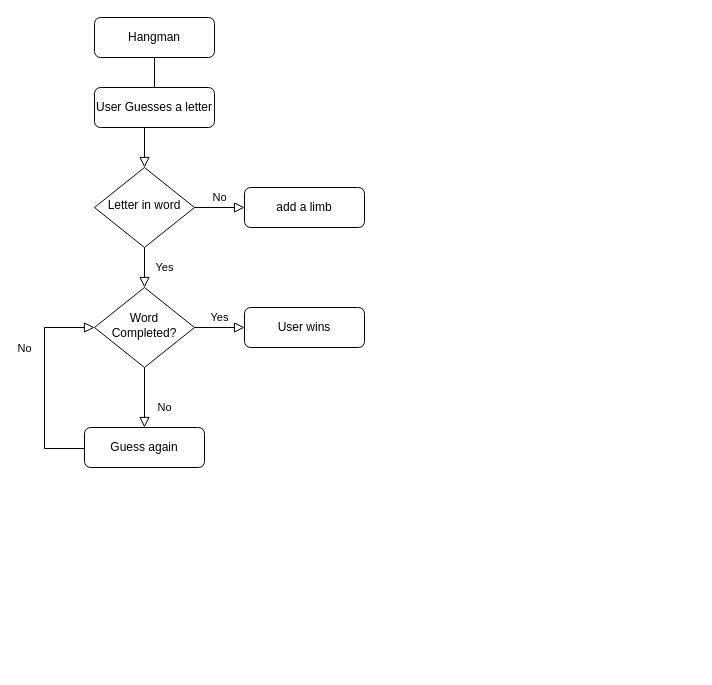
Above: Hangman Logic.drawio in SelfHostedToast/Python (draw.io), before the change. Source tidied: cells renumbered, new cells numbered last; positions are measured from the earlier drawing's top-left corner, leaving out a move shared by most shapes. Both pictures are drawn from the tidied source at 100%, with x=0, y=0 at pixel (44, 17).
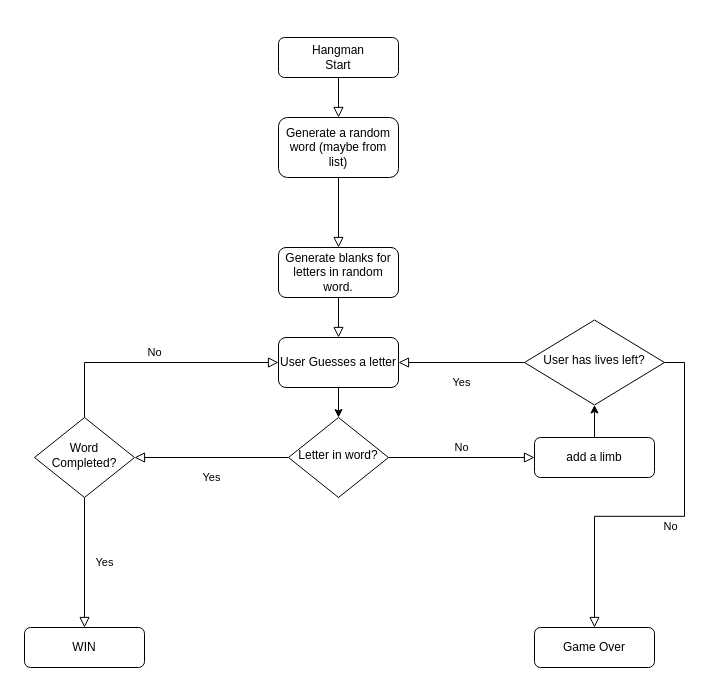
After the change.

Diff of the diagram source:
```diff
@@
-    <mxCell id="2" style="rounded=0;html=1;jettySize=auto;fontSize=11;endArrow=block;endFill=0;endSize=8;strokeWidth=1;shadow=0;labelBackgroundColor=none;edgeStyle=orthogonalEdgeStyle;" parent="1" edge="1" source="3" target="6">
+    <mxCell id="2" style="rounded=0;html=1;jettySize=auto;fontSize=11;endArrow=block;endFill=0;endSize=8;strokeWidth=1;shadow=0;labelBackgroundColor=none;edgeStyle=orthogonalEdgeStyle;entryX=0.5;entryY=0;entryDx=0;entryDy=0;" parent="1" edge="1" source="3" target="13">
       <mxGeometry relative="1" as="geometry" />
     </mxCell>
-    <mxCell id="3" value="Hangman" style="rounded=1;whiteSpace=wrap;html=1;fontSize=12;glass=0;strokeWidth=1;shadow=0;" parent="1" vertex="1">
-      <mxGeometry x="50" width="120" height="40" as="geometry" />
+    <mxCell id="3" value="Hangman&lt;br&gt;Start" style="rounded=1;whiteSpace=wrap;html=1;fontSize=12;glass=0;strokeWidth=1;shadow=0;" parent="1" vertex="1">
+      <mxGeometry x="234" y="20" width="120" height="40" as="geometry" />
     </mxCell>
@@
-    <mxCell id="6" value="Letter in word" style="rhombus;whiteSpace=wrap;html=1;shadow=0;fontFamily=Helvetica;fontSize=12;align=center;strokeWidth=1;spacing=6;spacingTop=-4;" parent="1" vertex="1">
-      <mxGeometry x="50" y="150" width="100" height="80" as="geometry" />
+    <mxCell id="6" value="Letter in word?" style="rhombus;whiteSpace=wrap;html=1;shadow=0;fontFamily=Helvetica;fontSize=12;align=center;strokeWidth=1;spacing=6;spacingTop=-4;" parent="1" vertex="1">
+      <mxGeometry x="244" y="400" width="100" height="80" as="geometry" />
     </mxCell>
+    <mxCell id="15" style="edgeStyle=orthogonalEdgeStyle;rounded=0;jettySize=auto;html=1;entryX=0.5;entryY=1;entryDx=0;entryDy=0;" parent="1" edge="1" source="7" target="23">
+      <mxGeometry relative="1" as="geometry" />
+    </mxCell>
     <mxCell id="7" value="add a limb" style="rounded=1;whiteSpace=wrap;html=1;fontSize=12;glass=0;strokeWidth=1;shadow=0;" parent="1" vertex="1">
-      <mxGeometry x="200" y="170" width="120" height="40" as="geometry" />
+      <mxGeometry x="490" y="420" width="120" height="40" as="geometry" />
     </mxCell>
-    <mxCell id="8" value="No" style="rounded=0;html=1;jettySize=auto;fontSize=11;endArrow=block;endFill=0;endSize=8;strokeWidth=1;shadow=0;labelBackgroundColor=none;edgeStyle=orthogonalEdgeStyle;" parent="1" edge="1" source="10" target="11">
-      <mxGeometry x="0.33" y="20" relative="1" as="geometry" />
-    </mxCell>
-    <mxCell id="9" value="Yes" style="edgeStyle=orthogonalEdgeStyle;rounded=0;html=1;jettySize=auto;fontSize=11;endArrow=block;endFill=0;endSize=8;strokeWidth=1;shadow=0;labelBackgroundColor=none;" parent="1" edge="1" source="10" target="12">
-      <mxGeometry y="10" relative="1" as="geometry" />
-    </mxCell>
     <mxCell id="10" value="Word Completed?" style="rhombus;whiteSpace=wrap;html=1;shadow=0;fontFamily=Helvetica;fontSize=12;align=center;strokeWidth=1;spacing=6;spacingTop=-4;" parent="1" vertex="1">
-      <mxGeometry x="50" y="270" width="100" height="80" as="geometry" />
+      <mxGeometry x="-10" y="400" width="100" height="80" as="geometry" />
     </mxCell>
-    <mxCell id="11" value="Guess again" style="rounded=1;whiteSpace=wrap;html=1;fontSize=12;glass=0;strokeWidth=1;shadow=0;" parent="1" vertex="1">
-      <mxGeometry x="40" y="410" width="120" height="40" as="geometry" />
-    </mxCell>
-    <mxCell id="12" value="User wins" style="rounded=1;whiteSpace=wrap;html=1;fontSize=12;glass=0;strokeWidth=1;shadow=0;" parent="1" vertex="1">
-      <mxGeometry x="200" y="290" width="120" height="40" as="geometry" />
-    </mxCell>
+    <mxCell id="16" style="rounded=0;html=1;jettySize=auto;fontSize=11;endArrow=block;endFill=0;endSize=8;strokeWidth=1;shadow=0;labelBackgroundColor=none;edgeStyle=orthogonalEdgeStyle;entryX=0.5;entryY=0;entryDx=0;entryDy=0;" parent="1" edge="1" source="20" target="18">
+      <mxGeometry relative="1" as="geometry" />
+    </mxCell>
+    <mxCell id="17" style="edgeStyle=orthogonalEdgeStyle;rounded=0;jettySize=auto;html=1;exitX=0.5;exitY=1;exitDx=0;exitDy=0;entryX=0.5;entryY=0;entryDx=0;entryDy=0;" parent="1" edge="1" source="18" target="6">
+      <mxGeometry relative="1" as="geometry" />
+    </mxCell>
+    <mxCell id="18" value="User Guesses a letter" style="rounded=1;whiteSpace=wrap;html=1;fontSize=12;glass=0;strokeWidth=1;shadow=0;" parent="1" vertex="1">
+      <mxGeometry x="234" y="320" width="120" height="50" as="geometry" />
+    </mxCell>
-    <mxCell id="13" value="User Guesses a letter" style="rounded=1;whiteSpace=wrap;html=1;fontSize=12;glass=0;strokeWidth=1;shadow=0;" parent="1" vertex="1">
-      <mxGeometry x="50" y="70" width="120" height="40" as="geometry" />
+    <mxCell id="13" value="Generate a random word (maybe from list)" style="rounded=1;whiteSpace=wrap;html=1;fontSize=12;glass=0;strokeWidth=1;shadow=0;" parent="1" vertex="1">
+      <mxGeometry x="234" y="100" width="120" height="60" as="geometry" />
     </mxCell>
-    <mxCell id="14" value="No" style="rounded=0;html=1;jettySize=auto;fontSize=11;endArrow=block;endFill=0;endSize=8;strokeWidth=1;shadow=0;labelBackgroundColor=none;edgeStyle=orthogonalEdgeStyle;entryX=0;entryY=0.5;entryDx=0;entryDy=0;" parent="1" edge="1" target="10">
-      <mxGeometry x="0.33" y="20" relative="1" as="geometry">
-        <mxPoint x="40" y="430" as="sourcePoint" />
-        <Array as="points">
-          <mxPoint x="40" y="431" />
-          <mxPoint y="431" />
-          <mxPoint y="310" />
-        </Array>
-      </mxGeometry>
-    </mxCell>
+    <mxCell id="19" style="rounded=0;html=1;jettySize=auto;fontSize=11;endArrow=block;endFill=0;endSize=8;strokeWidth=1;shadow=0;labelBackgroundColor=none;edgeStyle=orthogonalEdgeStyle;entryX=0.5;entryY=0;entryDx=0;entryDy=0;" parent="1" edge="1" source="13" target="20">
+      <mxGeometry relative="1" as="geometry" />
+    </mxCell>
+    <mxCell id="20" value="Generate blanks for letters in random word." style="rounded=1;whiteSpace=wrap;html=1;fontSize=12;glass=0;strokeWidth=1;shadow=0;" parent="1" vertex="1">
+      <mxGeometry x="234" y="230" width="120" height="50" as="geometry" />
+    </mxCell>
+    <mxCell id="21" value="WIN" style="rounded=1;whiteSpace=wrap;html=1;fontSize=12;glass=0;strokeWidth=1;shadow=0;" parent="1" vertex="1">
+      <mxGeometry x="-20" y="610" width="120" height="40" as="geometry" />
+    </mxCell>
+    <mxCell id="22" value="Yes" style="rounded=0;html=1;jettySize=auto;fontSize=11;endArrow=block;endFill=0;endSize=8;strokeWidth=1;shadow=0;labelBackgroundColor=none;edgeStyle=orthogonalEdgeStyle;entryX=0.5;entryY=0;entryDx=0;entryDy=0;exitX=0.5;exitY=1;exitDx=0;exitDy=0;" parent="1" edge="1" source="10" target="21">
+      <mxGeometry y="20" relative="1" as="geometry" />
+    </mxCell>
+    <mxCell id="23" value="User has lives left?" style="rhombus;whiteSpace=wrap;html=1;shadow=0;fontFamily=Helvetica;fontSize=12;align=center;strokeWidth=1;spacing=6;spacingTop=-4;rounded=0;" parent="1" vertex="1">
+      <mxGeometry x="480" y="302.5" width="140" height="85" as="geometry" />
+    </mxCell>
+    <mxCell id="24" value="No" style="edgeStyle=orthogonalEdgeStyle;rounded=0;html=1;jettySize=auto;fontSize=11;endArrow=block;endFill=0;endSize=8;strokeWidth=1;shadow=0;labelBackgroundColor=none;exitX=1;exitY=0.5;exitDx=0;exitDy=0;entryX=0.5;entryY=0;entryDx=0;entryDy=0;" parent="1" edge="1" source="23" target="25">
+      <mxGeometry y="10" relative="1" as="geometry" />
+    </mxCell>
+    <mxCell id="25" value="Game Over" style="rounded=1;whiteSpace=wrap;html=1;fontSize=12;glass=0;strokeWidth=1;shadow=0;" parent="1" vertex="1">
+      <mxGeometry x="490" y="610" width="120" height="40" as="geometry" />
+    </mxCell>
+    <mxCell id="26" value="Yes" style="rounded=0;html=1;jettySize=auto;fontSize=11;endArrow=block;endFill=0;endSize=8;strokeWidth=1;shadow=0;labelBackgroundColor=none;edgeStyle=orthogonalEdgeStyle;exitX=0;exitY=0.5;exitDx=0;exitDy=0;entryX=1;entryY=0.5;entryDx=0;entryDy=0;" parent="1" edge="1" source="23" target="18">
+      <mxGeometry y="20" relative="1" as="geometry" />
+    </mxCell>
+    <mxCell id="27" value="No" style="edgeStyle=orthogonalEdgeStyle;rounded=0;html=1;jettySize=auto;fontSize=11;endArrow=block;endFill=0;endSize=8;strokeWidth=1;shadow=0;labelBackgroundColor=none;exitX=0.5;exitY=0;exitDx=0;exitDy=0;entryX=0;entryY=0.5;entryDx=0;entryDy=0;" parent="1" edge="1" source="10" target="18">
+      <mxGeometry y="10" relative="1" as="geometry" />
+    </mxCell>
```
